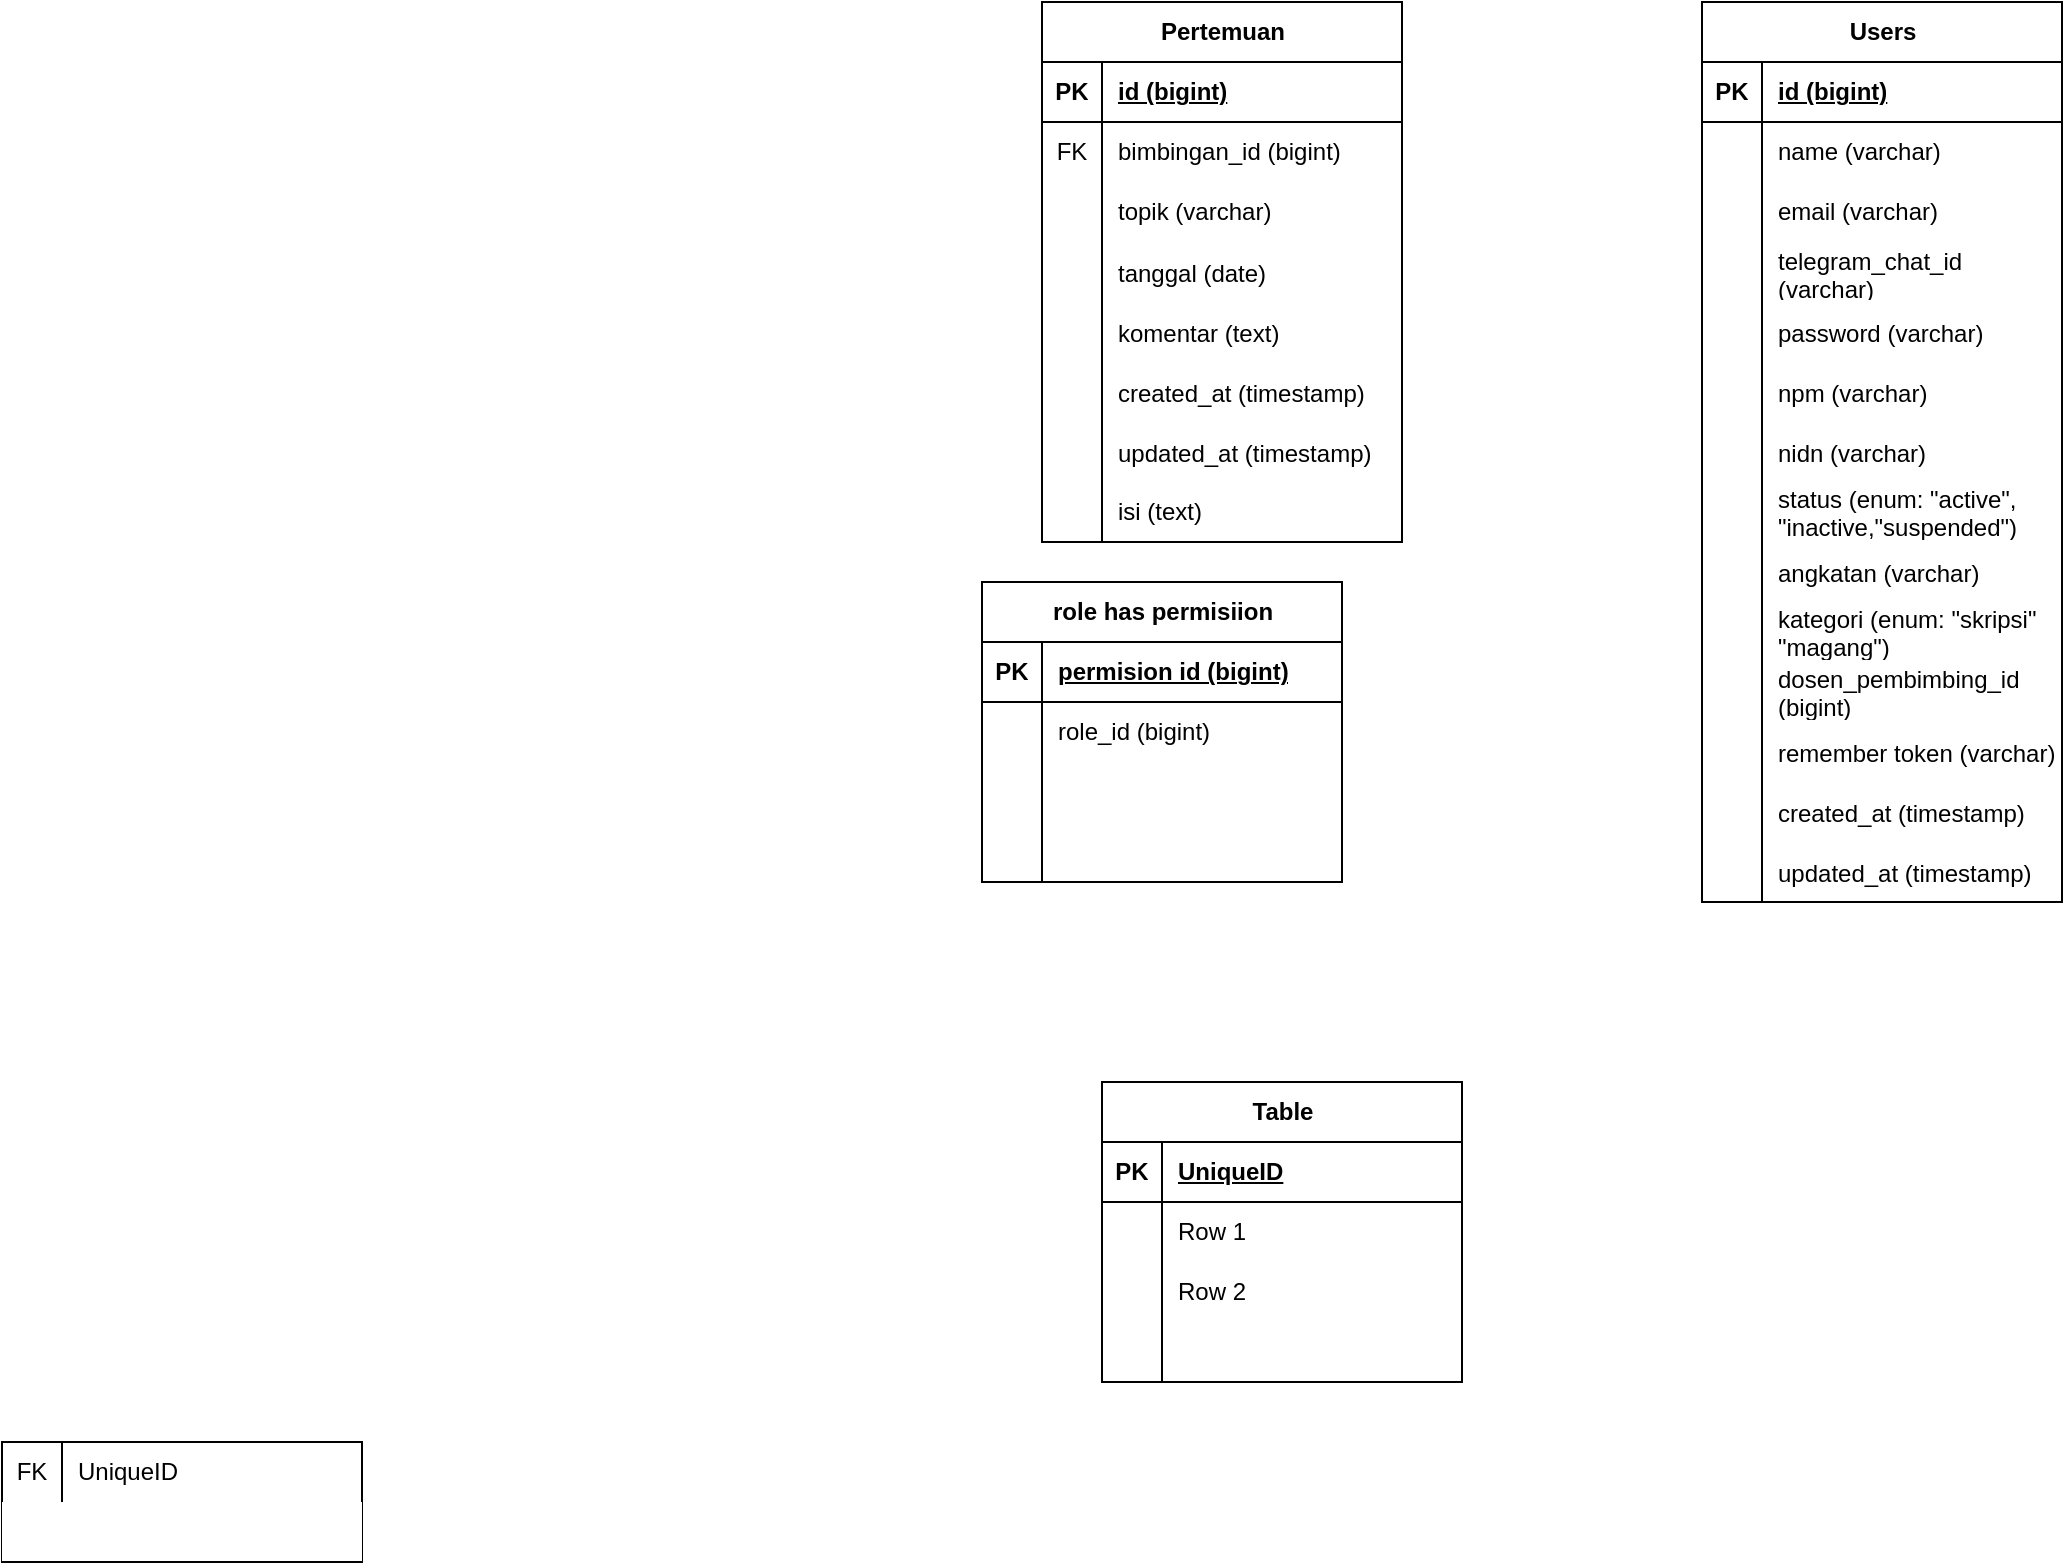
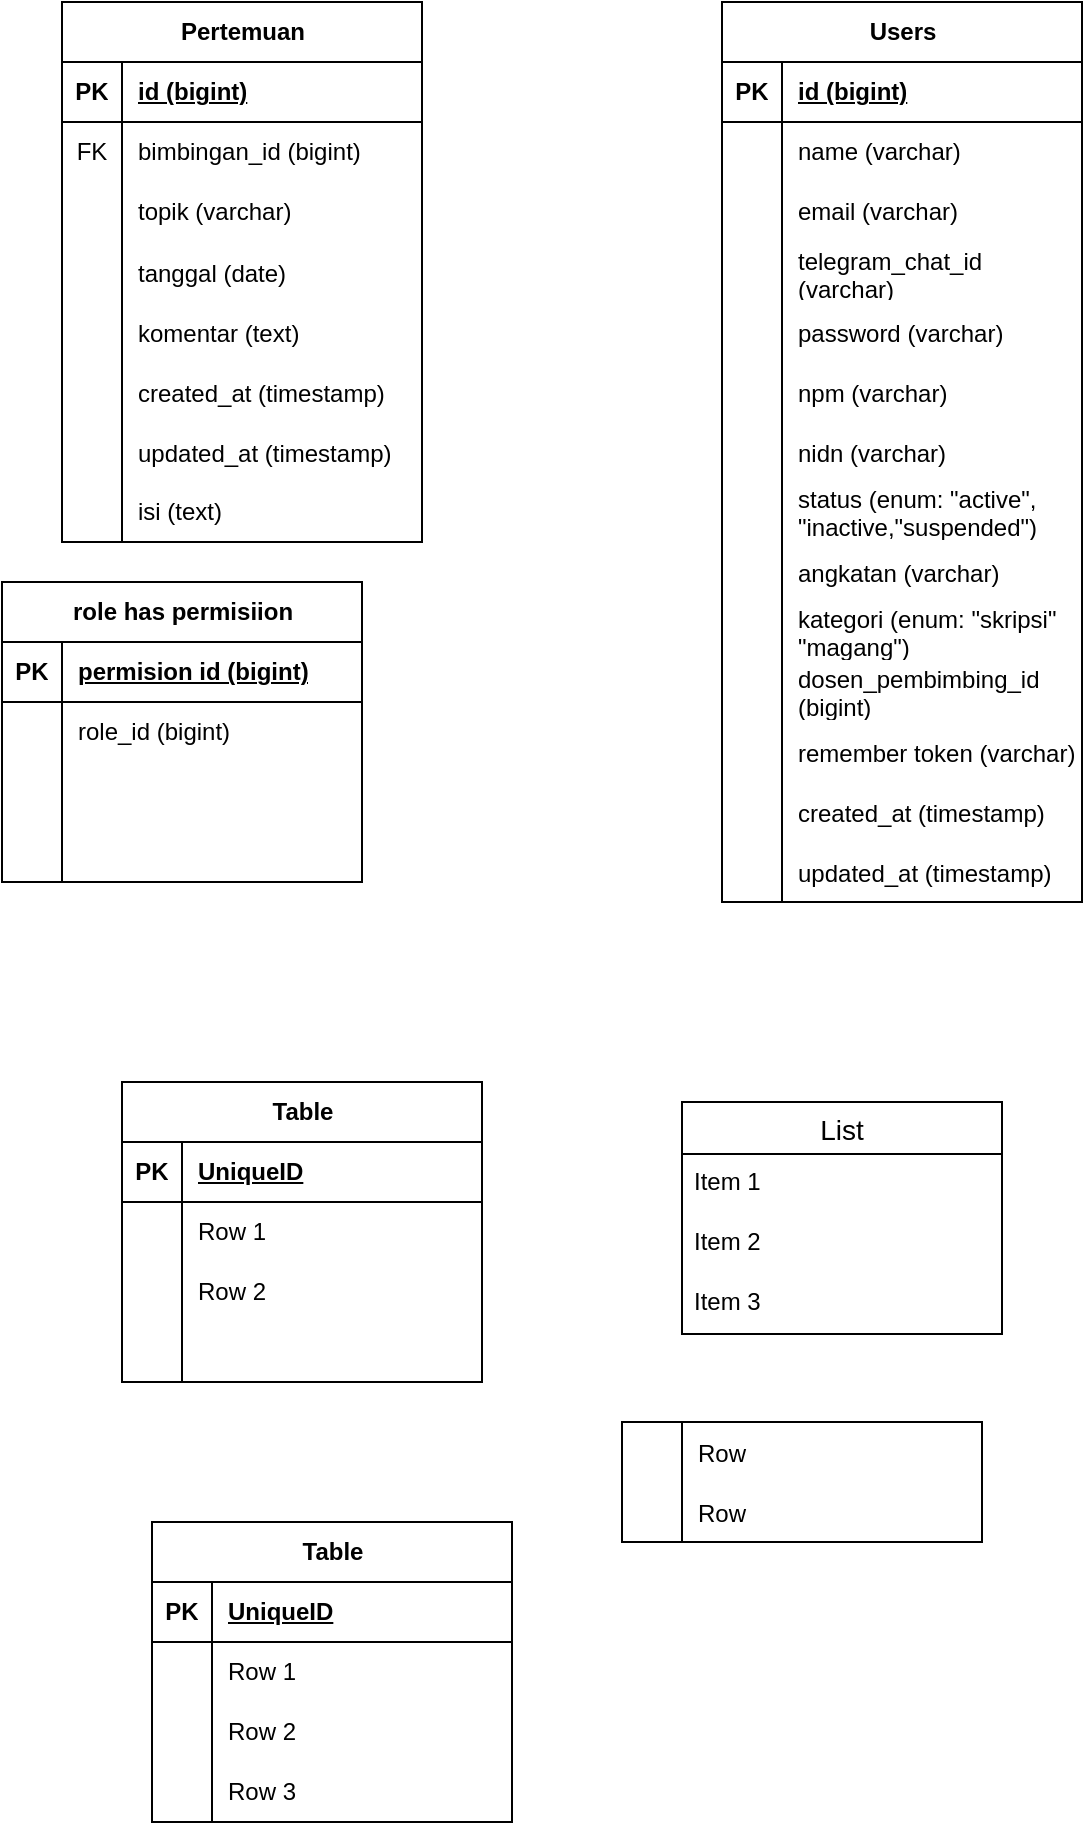
<mxfile host="app.diagrams.net" agent="5.0 (Windows NT 10.0; Win64; x64) AppleWebKit/537.36 (KHTML, like Gecko) Chrome/90.0.4430.212 Safari/537.36">
  <diagram name="Page-1" id="efa7a0a1-bf9b-a30e-e6df-94a7791c09e9">
-     <mxGraphModel dx="2150" dy="1030" grid="1" gridSize="10" guides="1" tooltips="1" connect="1" arrows="1" fold="1" page="1" pageScale="1" pageWidth="826" pageHeight="1169" background="none" math="0" shadow="0">
+     <mxGraphModel dx="-335" dy="235" grid="1" gridSize="10" guides="1" tooltips="1" connect="1" arrows="1" fold="1" page="1" pageScale="1" pageWidth="826" pageHeight="1169" background="none" math="0" shadow="0">
      <root>
        <mxCell id="0" />
        <mxCell id="1" parent="0" />
        <mxCell id="91b5o-WArCg-NLdb8GTM-14" parent="1" style="shape=table;startSize=30;container=1;collapsible=1;childLayout=tableLayout;fixedRows=1;rowLines=0;fontStyle=1;align=center;resizeLast=1;html=1;" value="Users" vertex="1">
          <mxGeometry height="450" width="180" x="1380" y="110" as="geometry" />
        </mxCell>
        <mxCell id="91b5o-WArCg-NLdb8GTM-15" parent="91b5o-WArCg-NLdb8GTM-14" style="shape=tableRow;horizontal=0;startSize=0;swimlaneHead=0;swimlaneBody=0;fillColor=none;collapsible=0;dropTarget=0;points=[[0,0.5],[1,0.5]];portConstraint=eastwest;top=0;left=0;right=0;bottom=1;" value="" vertex="1">
          <mxGeometry height="30" width="180" y="30" as="geometry" />
        </mxCell>
        <mxCell id="91b5o-WArCg-NLdb8GTM-16" parent="91b5o-WArCg-NLdb8GTM-15" style="shape=partialRectangle;connectable=0;fillColor=none;top=0;left=0;bottom=0;right=0;fontStyle=1;overflow=hidden;whiteSpace=wrap;html=1;" value="PK" vertex="1">
          <mxGeometry height="30" width="30" as="geometry">
            <mxRectangle height="30" width="30" as="alternateBounds" />
          </mxGeometry>
        </mxCell>
        <mxCell id="91b5o-WArCg-NLdb8GTM-17" parent="91b5o-WArCg-NLdb8GTM-15" style="shape=partialRectangle;connectable=0;fillColor=none;top=0;left=0;bottom=0;right=0;align=left;spacingLeft=6;fontStyle=5;overflow=hidden;whiteSpace=wrap;html=1;" value="id (bigint)" vertex="1">
          <mxGeometry height="30" width="150" x="30" as="geometry">
            <mxRectangle height="30" width="150" as="alternateBounds" />
          </mxGeometry>
        </mxCell>
        <mxCell id="91b5o-WArCg-NLdb8GTM-18" parent="91b5o-WArCg-NLdb8GTM-14" style="shape=tableRow;horizontal=0;startSize=0;swimlaneHead=0;swimlaneBody=0;fillColor=none;collapsible=0;dropTarget=0;points=[[0,0.5],[1,0.5]];portConstraint=eastwest;top=0;left=0;right=0;bottom=0;" value="" vertex="1">
          <mxGeometry height="30" width="180" y="60" as="geometry" />
        </mxCell>
        <mxCell id="91b5o-WArCg-NLdb8GTM-19" parent="91b5o-WArCg-NLdb8GTM-18" style="shape=partialRectangle;connectable=0;fillColor=none;top=0;left=0;bottom=0;right=0;editable=1;overflow=hidden;whiteSpace=wrap;html=1;" value="" vertex="1">
          <mxGeometry height="30" width="30" as="geometry">
            <mxRectangle height="30" width="30" as="alternateBounds" />
          </mxGeometry>
        </mxCell>
        <mxCell id="91b5o-WArCg-NLdb8GTM-20" parent="91b5o-WArCg-NLdb8GTM-18" style="shape=partialRectangle;connectable=0;fillColor=none;top=0;left=0;bottom=0;right=0;align=left;spacingLeft=6;overflow=hidden;whiteSpace=wrap;html=1;" value="name (varchar)" vertex="1">
          <mxGeometry height="30" width="150" x="30" as="geometry">
            <mxRectangle height="30" width="150" as="alternateBounds" />
          </mxGeometry>
        </mxCell>
        <mxCell id="91b5o-WArCg-NLdb8GTM-21" parent="91b5o-WArCg-NLdb8GTM-14" style="shape=tableRow;horizontal=0;startSize=0;swimlaneHead=0;swimlaneBody=0;fillColor=none;collapsible=0;dropTarget=0;points=[[0,0.5],[1,0.5]];portConstraint=eastwest;top=0;left=0;right=0;bottom=0;" value="" vertex="1">
          <mxGeometry height="30" width="180" y="90" as="geometry" />
        </mxCell>
        <mxCell id="91b5o-WArCg-NLdb8GTM-22" parent="91b5o-WArCg-NLdb8GTM-21" style="shape=partialRectangle;connectable=0;fillColor=none;top=0;left=0;bottom=0;right=0;editable=1;overflow=hidden;whiteSpace=wrap;html=1;" value="" vertex="1">
          <mxGeometry height="30" width="30" as="geometry">
            <mxRectangle height="30" width="30" as="alternateBounds" />
          </mxGeometry>
        </mxCell>
        <mxCell id="91b5o-WArCg-NLdb8GTM-23" parent="91b5o-WArCg-NLdb8GTM-21" style="shape=partialRectangle;connectable=0;fillColor=none;top=0;left=0;bottom=0;right=0;align=left;spacingLeft=6;overflow=hidden;whiteSpace=wrap;html=1;" value="email (varchar)" vertex="1">
          <mxGeometry height="30" width="150" x="30" as="geometry">
            <mxRectangle height="30" width="150" as="alternateBounds" />
          </mxGeometry>
        </mxCell>
        <mxCell id="91b5o-WArCg-NLdb8GTM-24" parent="91b5o-WArCg-NLdb8GTM-14" style="shape=tableRow;horizontal=0;startSize=0;swimlaneHead=0;swimlaneBody=0;fillColor=none;collapsible=0;dropTarget=0;points=[[0,0.5],[1,0.5]];portConstraint=eastwest;top=0;left=0;right=0;bottom=0;" value="" vertex="1">
          <mxGeometry height="30" width="180" y="120" as="geometry" />
        </mxCell>
        <mxCell id="91b5o-WArCg-NLdb8GTM-25" parent="91b5o-WArCg-NLdb8GTM-24" style="shape=partialRectangle;connectable=0;fillColor=none;top=0;left=0;bottom=0;right=0;editable=1;overflow=hidden;whiteSpace=wrap;html=1;" value="" vertex="1">
          <mxGeometry height="30" width="30" as="geometry">
            <mxRectangle height="30" width="30" as="alternateBounds" />
          </mxGeometry>
        </mxCell>
        <mxCell id="91b5o-WArCg-NLdb8GTM-26" parent="91b5o-WArCg-NLdb8GTM-24" style="shape=partialRectangle;connectable=0;fillColor=none;top=0;left=0;bottom=0;right=0;align=left;spacingLeft=6;overflow=hidden;whiteSpace=wrap;html=1;" value="telegram_chat_id (varchar)" vertex="1">
          <mxGeometry height="30" width="150" x="30" as="geometry">
            <mxRectangle height="30" width="150" as="alternateBounds" />
          </mxGeometry>
        </mxCell>
        <mxCell id="91b5o-WArCg-NLdb8GTM-48" parent="91b5o-WArCg-NLdb8GTM-14" style="shape=tableRow;horizontal=0;startSize=0;swimlaneHead=0;swimlaneBody=0;fillColor=none;collapsible=0;dropTarget=0;points=[[0,0.5],[1,0.5]];portConstraint=eastwest;top=0;left=0;right=0;bottom=0;" value="" vertex="1">
          <mxGeometry height="30" width="180" y="150" as="geometry" />
        </mxCell>
        <mxCell id="91b5o-WArCg-NLdb8GTM-49" parent="91b5o-WArCg-NLdb8GTM-48" style="shape=partialRectangle;connectable=0;fillColor=none;top=0;left=0;bottom=0;right=0;editable=1;overflow=hidden;" value="" vertex="1">
          <mxGeometry height="30" width="30" as="geometry">
            <mxRectangle height="30" width="30" as="alternateBounds" />
          </mxGeometry>
        </mxCell>
        <mxCell id="91b5o-WArCg-NLdb8GTM-50" parent="91b5o-WArCg-NLdb8GTM-48" style="shape=partialRectangle;connectable=0;fillColor=none;top=0;left=0;bottom=0;right=0;align=left;spacingLeft=6;overflow=hidden;" value="password (varchar)" vertex="1">
          <mxGeometry height="30" width="150" x="30" as="geometry">
            <mxRectangle height="30" width="150" as="alternateBounds" />
          </mxGeometry>
        </mxCell>
        <mxCell id="91b5o-WArCg-NLdb8GTM-51" parent="91b5o-WArCg-NLdb8GTM-14" style="shape=tableRow;horizontal=0;startSize=0;swimlaneHead=0;swimlaneBody=0;fillColor=none;collapsible=0;dropTarget=0;points=[[0,0.5],[1,0.5]];portConstraint=eastwest;top=0;left=0;right=0;bottom=0;" value="" vertex="1">
          <mxGeometry height="30" width="180" y="180" as="geometry" />
        </mxCell>
        <mxCell id="91b5o-WArCg-NLdb8GTM-52" parent="91b5o-WArCg-NLdb8GTM-51" style="shape=partialRectangle;connectable=0;fillColor=none;top=0;left=0;bottom=0;right=0;editable=1;overflow=hidden;" value="" vertex="1">
          <mxGeometry height="30" width="30" as="geometry">
            <mxRectangle height="30" width="30" as="alternateBounds" />
          </mxGeometry>
        </mxCell>
        <mxCell id="91b5o-WArCg-NLdb8GTM-53" parent="91b5o-WArCg-NLdb8GTM-51" style="shape=partialRectangle;connectable=0;fillColor=none;top=0;left=0;bottom=0;right=0;align=left;spacingLeft=6;overflow=hidden;" value="npm (varchar)" vertex="1">
          <mxGeometry height="30" width="150" x="30" as="geometry">
            <mxRectangle height="30" width="150" as="alternateBounds" />
          </mxGeometry>
        </mxCell>
        <mxCell id="91b5o-WArCg-NLdb8GTM-54" parent="91b5o-WArCg-NLdb8GTM-14" style="shape=tableRow;horizontal=0;startSize=0;swimlaneHead=0;swimlaneBody=0;fillColor=none;collapsible=0;dropTarget=0;points=[[0,0.5],[1,0.5]];portConstraint=eastwest;top=0;left=0;right=0;bottom=0;" value="" vertex="1">
          <mxGeometry height="30" width="180" y="210" as="geometry" />
        </mxCell>
        <mxCell id="91b5o-WArCg-NLdb8GTM-55" parent="91b5o-WArCg-NLdb8GTM-54" style="shape=partialRectangle;connectable=0;fillColor=none;top=0;left=0;bottom=0;right=0;editable=1;overflow=hidden;" value="" vertex="1">
          <mxGeometry height="30" width="30" as="geometry">
            <mxRectangle height="30" width="30" as="alternateBounds" />
          </mxGeometry>
        </mxCell>
        <mxCell id="91b5o-WArCg-NLdb8GTM-56" parent="91b5o-WArCg-NLdb8GTM-54" style="shape=partialRectangle;connectable=0;fillColor=none;top=0;left=0;bottom=0;right=0;align=left;spacingLeft=6;overflow=hidden;" value="nidn (varchar)" vertex="1">
          <mxGeometry height="30" width="150" x="30" as="geometry">
            <mxRectangle height="30" width="150" as="alternateBounds" />
          </mxGeometry>
        </mxCell>
        <mxCell id="91b5o-WArCg-NLdb8GTM-45" parent="91b5o-WArCg-NLdb8GTM-14" style="shape=tableRow;horizontal=0;startSize=0;swimlaneHead=0;swimlaneBody=0;fillColor=none;collapsible=0;dropTarget=0;points=[[0,0.5],[1,0.5]];portConstraint=eastwest;top=0;left=0;right=0;bottom=0;" value="" vertex="1">
          <mxGeometry height="30" width="180" y="240" as="geometry" />
        </mxCell>
        <mxCell id="91b5o-WArCg-NLdb8GTM-46" parent="91b5o-WArCg-NLdb8GTM-45" style="shape=partialRectangle;connectable=0;fillColor=none;top=0;left=0;bottom=0;right=0;editable=1;overflow=hidden;" value="" vertex="1">
          <mxGeometry height="30" width="30" as="geometry">
            <mxRectangle height="30" width="30" as="alternateBounds" />
          </mxGeometry>
        </mxCell>
        <mxCell id="91b5o-WArCg-NLdb8GTM-47" parent="91b5o-WArCg-NLdb8GTM-45" style="shape=partialRectangle;connectable=0;fillColor=none;top=0;left=0;bottom=0;right=0;align=left;spacingLeft=6;overflow=hidden;" value="status (enum: &quot;active&quot;,&#xa;&quot;inactive,&quot;suspended&quot;)" vertex="1">
          <mxGeometry height="30" width="150" x="30" as="geometry">
            <mxRectangle height="30" width="150" as="alternateBounds" />
          </mxGeometry>
        </mxCell>
        <mxCell id="91b5o-WArCg-NLdb8GTM-42" parent="91b5o-WArCg-NLdb8GTM-14" style="shape=tableRow;horizontal=0;startSize=0;swimlaneHead=0;swimlaneBody=0;fillColor=none;collapsible=0;dropTarget=0;points=[[0,0.5],[1,0.5]];portConstraint=eastwest;top=0;left=0;right=0;bottom=0;" value="" vertex="1">
          <mxGeometry height="30" width="180" y="270" as="geometry" />
        </mxCell>
        <mxCell id="91b5o-WArCg-NLdb8GTM-43" parent="91b5o-WArCg-NLdb8GTM-42" style="shape=partialRectangle;connectable=0;fillColor=none;top=0;left=0;bottom=0;right=0;editable=1;overflow=hidden;" value="" vertex="1">
          <mxGeometry height="30" width="30" as="geometry">
            <mxRectangle height="30" width="30" as="alternateBounds" />
          </mxGeometry>
        </mxCell>
        <mxCell id="91b5o-WArCg-NLdb8GTM-44" parent="91b5o-WArCg-NLdb8GTM-42" style="shape=partialRectangle;connectable=0;fillColor=none;top=0;left=0;bottom=0;right=0;align=left;spacingLeft=6;overflow=hidden;" value="angkatan (varchar)" vertex="1">
          <mxGeometry height="30" width="150" x="30" as="geometry">
            <mxRectangle height="30" width="150" as="alternateBounds" />
          </mxGeometry>
        </mxCell>
        <mxCell id="91b5o-WArCg-NLdb8GTM-60" parent="91b5o-WArCg-NLdb8GTM-14" style="shape=tableRow;horizontal=0;startSize=0;swimlaneHead=0;swimlaneBody=0;fillColor=none;collapsible=0;dropTarget=0;points=[[0,0.5],[1,0.5]];portConstraint=eastwest;top=0;left=0;right=0;bottom=0;" value="" vertex="1">
          <mxGeometry height="30" width="180" y="300" as="geometry" />
        </mxCell>
        <mxCell id="91b5o-WArCg-NLdb8GTM-61" parent="91b5o-WArCg-NLdb8GTM-60" style="shape=partialRectangle;connectable=0;fillColor=none;top=0;left=0;bottom=0;right=0;editable=1;overflow=hidden;" value="" vertex="1">
          <mxGeometry height="30" width="30" as="geometry">
            <mxRectangle height="30" width="30" as="alternateBounds" />
          </mxGeometry>
        </mxCell>
        <mxCell id="91b5o-WArCg-NLdb8GTM-62" parent="91b5o-WArCg-NLdb8GTM-60" style="shape=partialRectangle;connectable=0;fillColor=none;top=0;left=0;bottom=0;right=0;align=left;spacingLeft=6;overflow=hidden;" value="kategori (enum: &quot;skripsi&quot;&#xa;&quot;magang&quot;)" vertex="1">
          <mxGeometry height="30" width="150" x="30" as="geometry">
            <mxRectangle height="30" width="150" as="alternateBounds" />
          </mxGeometry>
        </mxCell>
        <mxCell id="91b5o-WArCg-NLdb8GTM-63" parent="91b5o-WArCg-NLdb8GTM-14" style="shape=tableRow;horizontal=0;startSize=0;swimlaneHead=0;swimlaneBody=0;fillColor=none;collapsible=0;dropTarget=0;points=[[0,0.5],[1,0.5]];portConstraint=eastwest;top=0;left=0;right=0;bottom=0;" value="" vertex="1">
          <mxGeometry height="30" width="180" y="330" as="geometry" />
        </mxCell>
        <mxCell id="91b5o-WArCg-NLdb8GTM-64" parent="91b5o-WArCg-NLdb8GTM-63" style="shape=partialRectangle;connectable=0;fillColor=none;top=0;left=0;bottom=0;right=0;editable=1;overflow=hidden;" value="" vertex="1">
          <mxGeometry height="30" width="30" as="geometry">
            <mxRectangle height="30" width="30" as="alternateBounds" />
          </mxGeometry>
        </mxCell>
        <mxCell id="91b5o-WArCg-NLdb8GTM-65" parent="91b5o-WArCg-NLdb8GTM-63" style="shape=partialRectangle;connectable=0;fillColor=none;top=0;left=0;bottom=0;right=0;align=left;spacingLeft=6;overflow=hidden;" value="dosen_pembimbing_id &#xa;(bigint)" vertex="1">
          <mxGeometry height="30" width="150" x="30" as="geometry">
            <mxRectangle height="30" width="150" as="alternateBounds" />
          </mxGeometry>
        </mxCell>
        <mxCell id="91b5o-WArCg-NLdb8GTM-57" parent="91b5o-WArCg-NLdb8GTM-14" style="shape=tableRow;horizontal=0;startSize=0;swimlaneHead=0;swimlaneBody=0;fillColor=none;collapsible=0;dropTarget=0;points=[[0,0.5],[1,0.5]];portConstraint=eastwest;top=0;left=0;right=0;bottom=0;" value="" vertex="1">
          <mxGeometry height="30" width="180" y="360" as="geometry" />
        </mxCell>
        <mxCell id="91b5o-WArCg-NLdb8GTM-58" parent="91b5o-WArCg-NLdb8GTM-57" style="shape=partialRectangle;connectable=0;fillColor=none;top=0;left=0;bottom=0;right=0;editable=1;overflow=hidden;" value="" vertex="1">
          <mxGeometry height="30" width="30" as="geometry">
            <mxRectangle height="30" width="30" as="alternateBounds" />
          </mxGeometry>
        </mxCell>
        <mxCell id="91b5o-WArCg-NLdb8GTM-59" parent="91b5o-WArCg-NLdb8GTM-57" style="shape=partialRectangle;connectable=0;fillColor=none;top=0;left=0;bottom=0;right=0;align=left;spacingLeft=6;overflow=hidden;" value="remember token (varchar)" vertex="1">
          <mxGeometry height="30" width="150" x="30" as="geometry">
            <mxRectangle height="30" width="150" as="alternateBounds" />
          </mxGeometry>
        </mxCell>
        <mxCell id="91b5o-WArCg-NLdb8GTM-39" parent="91b5o-WArCg-NLdb8GTM-14" style="shape=tableRow;horizontal=0;startSize=0;swimlaneHead=0;swimlaneBody=0;fillColor=none;collapsible=0;dropTarget=0;points=[[0,0.5],[1,0.5]];portConstraint=eastwest;top=0;left=0;right=0;bottom=0;" value="" vertex="1">
          <mxGeometry height="30" width="180" y="390" as="geometry" />
        </mxCell>
        <mxCell id="91b5o-WArCg-NLdb8GTM-40" parent="91b5o-WArCg-NLdb8GTM-39" style="shape=partialRectangle;connectable=0;fillColor=none;top=0;left=0;bottom=0;right=0;editable=1;overflow=hidden;" value="" vertex="1">
          <mxGeometry height="30" width="30" as="geometry">
            <mxRectangle height="30" width="30" as="alternateBounds" />
          </mxGeometry>
        </mxCell>
        <mxCell id="91b5o-WArCg-NLdb8GTM-41" parent="91b5o-WArCg-NLdb8GTM-39" style="shape=partialRectangle;connectable=0;fillColor=none;top=0;left=0;bottom=0;right=0;align=left;spacingLeft=6;overflow=hidden;" value="created_at (timestamp)" vertex="1">
          <mxGeometry height="30" width="150" x="30" as="geometry">
            <mxRectangle height="30" width="150" as="alternateBounds" />
          </mxGeometry>
        </mxCell>
        <mxCell id="91b5o-WArCg-NLdb8GTM-66" parent="91b5o-WArCg-NLdb8GTM-14" style="shape=tableRow;horizontal=0;startSize=0;swimlaneHead=0;swimlaneBody=0;fillColor=none;collapsible=0;dropTarget=0;points=[[0,0.5],[1,0.5]];portConstraint=eastwest;top=0;left=0;right=0;bottom=0;" value="" vertex="1">
          <mxGeometry height="30" width="180" y="420" as="geometry" />
        </mxCell>
        <mxCell id="91b5o-WArCg-NLdb8GTM-67" parent="91b5o-WArCg-NLdb8GTM-66" style="shape=partialRectangle;connectable=0;fillColor=none;top=0;left=0;bottom=0;right=0;editable=1;overflow=hidden;" value="" vertex="1">
          <mxGeometry height="30" width="30" as="geometry">
            <mxRectangle height="30" width="30" as="alternateBounds" />
          </mxGeometry>
        </mxCell>
        <mxCell id="91b5o-WArCg-NLdb8GTM-68" parent="91b5o-WArCg-NLdb8GTM-66" style="shape=partialRectangle;connectable=0;fillColor=none;top=0;left=0;bottom=0;right=0;align=left;spacingLeft=6;overflow=hidden;" value="updated_at (timestamp)" vertex="1">
          <mxGeometry height="30" width="150" x="30" as="geometry">
            <mxRectangle height="30" width="150" as="alternateBounds" />
          </mxGeometry>
        </mxCell>
        <mxCell id="91b5o-WArCg-NLdb8GTM-1" parent="1" style="shape=table;startSize=30;container=1;collapsible=1;childLayout=tableLayout;fixedRows=1;rowLines=0;fontStyle=1;align=center;resizeLast=1;html=1;" value="Pertemuan" vertex="1">
          <mxGeometry height="270" width="180" x="1050" y="110" as="geometry" />
        </mxCell>
        <mxCell id="91b5o-WArCg-NLdb8GTM-2" parent="91b5o-WArCg-NLdb8GTM-1" style="shape=tableRow;horizontal=0;startSize=0;swimlaneHead=0;swimlaneBody=0;fillColor=none;collapsible=0;dropTarget=0;points=[[0,0.5],[1,0.5]];portConstraint=eastwest;top=0;left=0;right=0;bottom=1;" value="" vertex="1">
          <mxGeometry height="30" width="180" y="30" as="geometry" />
        </mxCell>
        <mxCell id="91b5o-WArCg-NLdb8GTM-3" parent="91b5o-WArCg-NLdb8GTM-2" style="shape=partialRectangle;connectable=0;fillColor=none;top=0;left=0;bottom=0;right=0;fontStyle=1;overflow=hidden;whiteSpace=wrap;html=1;" value="PK" vertex="1">
          <mxGeometry height="30" width="30" as="geometry">
            <mxRectangle height="30" width="30" as="alternateBounds" />
          </mxGeometry>
        </mxCell>
        <mxCell id="91b5o-WArCg-NLdb8GTM-4" parent="91b5o-WArCg-NLdb8GTM-2" style="shape=partialRectangle;connectable=0;fillColor=none;top=0;left=0;bottom=0;right=0;align=left;spacingLeft=6;fontStyle=5;overflow=hidden;whiteSpace=wrap;html=1;" value="id (bigint)" vertex="1">
          <mxGeometry height="30" width="150" x="30" as="geometry">
            <mxRectangle height="30" width="150" as="alternateBounds" />
          </mxGeometry>
        </mxCell>
        <mxCell id="91b5o-WArCg-NLdb8GTM-5" parent="91b5o-WArCg-NLdb8GTM-1" style="shape=tableRow;horizontal=0;startSize=0;swimlaneHead=0;swimlaneBody=0;fillColor=none;collapsible=0;dropTarget=0;points=[[0,0.5],[1,0.5]];portConstraint=eastwest;top=0;left=0;right=0;bottom=0;" value="" vertex="1">
          <mxGeometry height="30" width="180" y="60" as="geometry" />
        </mxCell>
        <mxCell id="91b5o-WArCg-NLdb8GTM-6" parent="91b5o-WArCg-NLdb8GTM-5" style="shape=partialRectangle;connectable=0;fillColor=none;top=0;left=0;bottom=0;right=0;editable=1;overflow=hidden;whiteSpace=wrap;html=1;" value="FK" vertex="1">
          <mxGeometry height="30" width="30" as="geometry">
            <mxRectangle height="30" width="30" as="alternateBounds" />
          </mxGeometry>
        </mxCell>
        <mxCell id="91b5o-WArCg-NLdb8GTM-7" parent="91b5o-WArCg-NLdb8GTM-5" style="shape=partialRectangle;connectable=0;fillColor=none;top=0;left=0;bottom=0;right=0;align=left;spacingLeft=6;overflow=hidden;whiteSpace=wrap;html=1;" value="bimbingan_id (bigint)" vertex="1">
          <mxGeometry height="30" width="150" x="30" as="geometry">
            <mxRectangle height="30" width="150" as="alternateBounds" />
          </mxGeometry>
        </mxCell>
        <mxCell id="91b5o-WArCg-NLdb8GTM-8" parent="91b5o-WArCg-NLdb8GTM-1" style="shape=tableRow;horizontal=0;startSize=0;swimlaneHead=0;swimlaneBody=0;fillColor=none;collapsible=0;dropTarget=0;points=[[0,0.5],[1,0.5]];portConstraint=eastwest;top=0;left=0;right=0;bottom=0;" value="" vertex="1">
          <mxGeometry height="30" width="180" y="90" as="geometry" />
        </mxCell>
        <mxCell id="91b5o-WArCg-NLdb8GTM-9" parent="91b5o-WArCg-NLdb8GTM-8" style="shape=partialRectangle;connectable=0;fillColor=none;top=0;left=0;bottom=0;right=0;editable=1;overflow=hidden;whiteSpace=wrap;html=1;" value="" vertex="1">
          <mxGeometry height="30" width="30" as="geometry">
            <mxRectangle height="30" width="30" as="alternateBounds" />
          </mxGeometry>
        </mxCell>
        <mxCell id="91b5o-WArCg-NLdb8GTM-10" parent="91b5o-WArCg-NLdb8GTM-8" style="shape=partialRectangle;connectable=0;fillColor=none;top=0;left=0;bottom=0;right=0;align=left;spacingLeft=6;overflow=hidden;whiteSpace=wrap;html=1;" value="topik (varchar)" vertex="1">
          <mxGeometry height="30" width="150" x="30" as="geometry">
            <mxRectangle height="30" width="150" as="alternateBounds" />
          </mxGeometry>
        </mxCell>
        <mxCell id="91b5o-WArCg-NLdb8GTM-30" parent="91b5o-WArCg-NLdb8GTM-1" style="shape=tableRow;horizontal=0;startSize=0;swimlaneHead=0;swimlaneBody=0;fillColor=none;collapsible=0;dropTarget=0;points=[[0,0.5],[1,0.5]];portConstraint=eastwest;top=0;left=0;right=0;bottom=0;" value="" vertex="1">
          <mxGeometry height="30" width="180" y="120" as="geometry" />
        </mxCell>
        <mxCell id="91b5o-WArCg-NLdb8GTM-31" parent="91b5o-WArCg-NLdb8GTM-30" style="shape=partialRectangle;connectable=0;fillColor=none;top=0;left=0;bottom=0;right=0;editable=1;overflow=hidden;" value="" vertex="1">
          <mxGeometry height="30" width="30" as="geometry">
            <mxRectangle height="30" width="30" as="alternateBounds" />
          </mxGeometry>
        </mxCell>
        <mxCell id="91b5o-WArCg-NLdb8GTM-32" parent="91b5o-WArCg-NLdb8GTM-30" style="shape=partialRectangle;connectable=0;fillColor=none;top=0;left=0;bottom=0;right=0;align=left;spacingLeft=6;overflow=hidden;" value="tanggal (date)" vertex="1">
          <mxGeometry height="30" width="150" x="30" as="geometry">
            <mxRectangle height="30" width="150" as="alternateBounds" />
          </mxGeometry>
        </mxCell>
        <mxCell id="91b5o-WArCg-NLdb8GTM-33" parent="91b5o-WArCg-NLdb8GTM-1" style="shape=tableRow;horizontal=0;startSize=0;swimlaneHead=0;swimlaneBody=0;fillColor=none;collapsible=0;dropTarget=0;points=[[0,0.5],[1,0.5]];portConstraint=eastwest;top=0;left=0;right=0;bottom=0;" value="" vertex="1">
          <mxGeometry height="30" width="180" y="150" as="geometry" />
        </mxCell>
        <mxCell id="91b5o-WArCg-NLdb8GTM-34" parent="91b5o-WArCg-NLdb8GTM-33" style="shape=partialRectangle;connectable=0;fillColor=none;top=0;left=0;bottom=0;right=0;editable=1;overflow=hidden;" value="" vertex="1">
          <mxGeometry height="30" width="30" as="geometry">
            <mxRectangle height="30" width="30" as="alternateBounds" />
          </mxGeometry>
        </mxCell>
        <mxCell id="91b5o-WArCg-NLdb8GTM-35" parent="91b5o-WArCg-NLdb8GTM-33" style="shape=partialRectangle;connectable=0;fillColor=none;top=0;left=0;bottom=0;right=0;align=left;spacingLeft=6;overflow=hidden;" value="komentar (text)" vertex="1">
          <mxGeometry height="30" width="150" x="30" as="geometry">
            <mxRectangle height="30" width="150" as="alternateBounds" />
          </mxGeometry>
        </mxCell>
        <mxCell id="91b5o-WArCg-NLdb8GTM-36" parent="91b5o-WArCg-NLdb8GTM-1" style="shape=tableRow;horizontal=0;startSize=0;swimlaneHead=0;swimlaneBody=0;fillColor=none;collapsible=0;dropTarget=0;points=[[0,0.5],[1,0.5]];portConstraint=eastwest;top=0;left=0;right=0;bottom=0;" value="" vertex="1">
          <mxGeometry height="30" width="180" y="180" as="geometry" />
        </mxCell>
        <mxCell id="91b5o-WArCg-NLdb8GTM-37" parent="91b5o-WArCg-NLdb8GTM-36" style="shape=partialRectangle;connectable=0;fillColor=none;top=0;left=0;bottom=0;right=0;editable=1;overflow=hidden;" value="" vertex="1">
          <mxGeometry height="30" width="30" as="geometry">
            <mxRectangle height="30" width="30" as="alternateBounds" />
          </mxGeometry>
        </mxCell>
        <mxCell id="91b5o-WArCg-NLdb8GTM-38" parent="91b5o-WArCg-NLdb8GTM-36" style="shape=partialRectangle;connectable=0;fillColor=none;top=0;left=0;bottom=0;right=0;align=left;spacingLeft=6;overflow=hidden;" value="created_at (timestamp)" vertex="1">
          <mxGeometry height="30" width="150" x="30" as="geometry">
            <mxRectangle height="30" width="150" as="alternateBounds" />
          </mxGeometry>
        </mxCell>
        <mxCell id="91b5o-WArCg-NLdb8GTM-27" parent="91b5o-WArCg-NLdb8GTM-1" style="shape=tableRow;horizontal=0;startSize=0;swimlaneHead=0;swimlaneBody=0;fillColor=none;collapsible=0;dropTarget=0;points=[[0,0.5],[1,0.5]];portConstraint=eastwest;top=0;left=0;right=0;bottom=0;" value="" vertex="1">
          <mxGeometry height="30" width="180" y="210" as="geometry" />
        </mxCell>
        <mxCell id="91b5o-WArCg-NLdb8GTM-28" parent="91b5o-WArCg-NLdb8GTM-27" style="shape=partialRectangle;connectable=0;fillColor=none;top=0;left=0;bottom=0;right=0;editable=1;overflow=hidden;" value="" vertex="1">
          <mxGeometry height="30" width="30" as="geometry">
            <mxRectangle height="30" width="30" as="alternateBounds" />
          </mxGeometry>
        </mxCell>
        <mxCell id="91b5o-WArCg-NLdb8GTM-29" parent="91b5o-WArCg-NLdb8GTM-27" style="shape=partialRectangle;connectable=0;fillColor=none;top=0;left=0;bottom=0;right=0;align=left;spacingLeft=6;overflow=hidden;" value="updated_at (timestamp)" vertex="1">
          <mxGeometry height="30" width="150" x="30" as="geometry">
            <mxRectangle height="30" width="150" as="alternateBounds" />
          </mxGeometry>
        </mxCell>
        <mxCell id="91b5o-WArCg-NLdb8GTM-11" parent="91b5o-WArCg-NLdb8GTM-1" style="shape=tableRow;horizontal=0;startSize=0;swimlaneHead=0;swimlaneBody=0;fillColor=none;collapsible=0;dropTarget=0;points=[[0,0.5],[1,0.5]];portConstraint=eastwest;top=0;left=0;right=0;bottom=0;" value="" vertex="1">
          <mxGeometry height="30" width="180" y="240" as="geometry" />
        </mxCell>
        <mxCell id="91b5o-WArCg-NLdb8GTM-12" parent="91b5o-WArCg-NLdb8GTM-11" style="shape=partialRectangle;connectable=0;fillColor=none;top=0;left=0;bottom=0;right=0;editable=1;overflow=hidden;whiteSpace=wrap;html=1;" value="" vertex="1">
          <mxGeometry height="30" width="30" as="geometry">
            <mxRectangle height="30" width="30" as="alternateBounds" />
          </mxGeometry>
        </mxCell>
        <mxCell id="91b5o-WArCg-NLdb8GTM-13" parent="91b5o-WArCg-NLdb8GTM-11" style="shape=partialRectangle;connectable=0;fillColor=none;top=0;left=0;bottom=0;right=0;align=left;spacingLeft=6;overflow=hidden;whiteSpace=wrap;html=1;" value="isi (text)" vertex="1">
          <mxGeometry height="30" width="150" x="30" as="geometry">
            <mxRectangle height="30" width="150" as="alternateBounds" />
          </mxGeometry>
        </mxCell>
        <mxCell id="91b5o-WArCg-NLdb8GTM-82" parent="1" style="shape=table;startSize=30;container=1;collapsible=1;childLayout=tableLayout;fixedRows=1;rowLines=0;fontStyle=1;align=center;resizeLast=1;html=1;swimlaneFillColor=default;" value="role has permisiion" vertex="1">
          <mxGeometry height="150" width="180" x="1020" y="400" as="geometry">
            <mxRectangle height="30" width="140" x="1020" y="400" as="alternateBounds" />
          </mxGeometry>
        </mxCell>
        <mxCell id="91b5o-WArCg-NLdb8GTM-83" parent="91b5o-WArCg-NLdb8GTM-82" style="shape=tableRow;horizontal=0;startSize=0;swimlaneHead=0;swimlaneBody=0;fillColor=none;collapsible=0;dropTarget=0;points=[[0,0.5],[1,0.5]];portConstraint=eastwest;top=0;left=0;right=0;bottom=1;" value="" vertex="1">
          <mxGeometry height="30" width="180" y="30" as="geometry" />
        </mxCell>
        <mxCell id="91b5o-WArCg-NLdb8GTM-84" parent="91b5o-WArCg-NLdb8GTM-83" style="shape=partialRectangle;connectable=0;fillColor=none;top=0;left=0;bottom=0;right=0;fontStyle=1;overflow=hidden;whiteSpace=wrap;html=1;" value="PK" vertex="1">
          <mxGeometry height="30" width="30" as="geometry">
            <mxRectangle height="30" width="30" as="alternateBounds" />
          </mxGeometry>
        </mxCell>
        <mxCell id="91b5o-WArCg-NLdb8GTM-85" parent="91b5o-WArCg-NLdb8GTM-83" style="shape=partialRectangle;connectable=0;fillColor=none;top=0;left=0;bottom=0;right=0;align=left;spacingLeft=6;fontStyle=5;overflow=hidden;whiteSpace=wrap;html=1;" value="permision id (bigint)" vertex="1">
          <mxGeometry height="30" width="150" x="30" as="geometry">
            <mxRectangle height="30" width="150" as="alternateBounds" />
          </mxGeometry>
        </mxCell>
        <mxCell id="91b5o-WArCg-NLdb8GTM-86" parent="91b5o-WArCg-NLdb8GTM-82" style="shape=tableRow;horizontal=0;startSize=0;swimlaneHead=0;swimlaneBody=0;fillColor=none;collapsible=0;dropTarget=0;points=[[0,0.5],[1,0.5]];portConstraint=eastwest;top=0;left=0;right=0;bottom=0;" value="" vertex="1">
          <mxGeometry height="30" width="180" y="60" as="geometry" />
        </mxCell>
        <mxCell id="91b5o-WArCg-NLdb8GTM-87" parent="91b5o-WArCg-NLdb8GTM-86" style="shape=partialRectangle;connectable=0;fillColor=none;top=0;left=0;bottom=0;right=0;editable=1;overflow=hidden;whiteSpace=wrap;html=1;" value="" vertex="1">
          <mxGeometry height="30" width="30" as="geometry">
            <mxRectangle height="30" width="30" as="alternateBounds" />
          </mxGeometry>
        </mxCell>
        <mxCell id="91b5o-WArCg-NLdb8GTM-88" parent="91b5o-WArCg-NLdb8GTM-86" style="shape=partialRectangle;connectable=0;fillColor=none;top=0;left=0;bottom=0;right=0;align=left;spacingLeft=6;overflow=hidden;whiteSpace=wrap;html=1;" value="role_id (bigint)" vertex="1">
          <mxGeometry height="30" width="150" x="30" as="geometry">
            <mxRectangle height="30" width="150" as="alternateBounds" />
          </mxGeometry>
        </mxCell>
        <mxCell id="91b5o-WArCg-NLdb8GTM-89" parent="91b5o-WArCg-NLdb8GTM-82" style="shape=tableRow;horizontal=0;startSize=0;swimlaneHead=0;swimlaneBody=0;fillColor=none;collapsible=0;dropTarget=0;points=[[0,0.5],[1,0.5]];portConstraint=eastwest;top=0;left=0;right=0;bottom=0;" value="" vertex="1">
          <mxGeometry height="30" width="180" y="90" as="geometry" />
        </mxCell>
        <mxCell id="91b5o-WArCg-NLdb8GTM-90" parent="91b5o-WArCg-NLdb8GTM-89" style="shape=partialRectangle;connectable=0;fillColor=none;top=0;left=0;bottom=0;right=0;editable=1;overflow=hidden;whiteSpace=wrap;html=1;" value="" vertex="1">
          <mxGeometry height="30" width="30" as="geometry">
            <mxRectangle height="30" width="30" as="alternateBounds" />
          </mxGeometry>
        </mxCell>
        <mxCell id="91b5o-WArCg-NLdb8GTM-91" parent="91b5o-WArCg-NLdb8GTM-89" style="shape=partialRectangle;connectable=0;fillColor=none;top=0;left=0;bottom=0;right=0;align=left;spacingLeft=6;overflow=hidden;whiteSpace=wrap;html=1;" value="" vertex="1">
          <mxGeometry height="30" width="150" x="30" as="geometry">
            <mxRectangle height="30" width="150" as="alternateBounds" />
          </mxGeometry>
        </mxCell>
        <mxCell id="91b5o-WArCg-NLdb8GTM-92" parent="91b5o-WArCg-NLdb8GTM-82" style="shape=tableRow;horizontal=0;startSize=0;swimlaneHead=0;swimlaneBody=0;fillColor=none;collapsible=0;dropTarget=0;points=[[0,0.5],[1,0.5]];portConstraint=eastwest;top=0;left=0;right=0;bottom=0;" value="" vertex="1">
          <mxGeometry height="30" width="180" y="120" as="geometry" />
        </mxCell>
        <mxCell id="91b5o-WArCg-NLdb8GTM-93" parent="91b5o-WArCg-NLdb8GTM-92" style="shape=partialRectangle;connectable=0;fillColor=none;top=0;left=0;bottom=0;right=0;editable=1;overflow=hidden;whiteSpace=wrap;html=1;" value="" vertex="1">
          <mxGeometry height="30" width="30" as="geometry">
            <mxRectangle height="30" width="30" as="alternateBounds" />
          </mxGeometry>
        </mxCell>
        <mxCell id="91b5o-WArCg-NLdb8GTM-94" parent="91b5o-WArCg-NLdb8GTM-92" style="shape=partialRectangle;connectable=0;fillColor=none;top=0;left=0;bottom=0;right=0;align=left;spacingLeft=6;overflow=hidden;whiteSpace=wrap;html=1;" value="" vertex="1">
          <mxGeometry height="30" width="150" x="30" as="geometry">
            <mxRectangle height="30" width="150" as="alternateBounds" />
          </mxGeometry>
        </mxCell>
        <mxCell id="_aFEqdqrtZZ4XcOSwvDG-1" parent="1" style="shape=table;startSize=30;container=1;collapsible=1;childLayout=tableLayout;fixedRows=1;rowLines=0;fontStyle=1;align=center;resizeLast=1;html=1;" value="Table" vertex="1">
          <mxGeometry height="150" width="180" x="1080" y="650" as="geometry" />
        </mxCell>
        <mxCell id="_aFEqdqrtZZ4XcOSwvDG-2" parent="_aFEqdqrtZZ4XcOSwvDG-1" style="shape=tableRow;horizontal=0;startSize=0;swimlaneHead=0;swimlaneBody=0;fillColor=none;collapsible=0;dropTarget=0;points=[[0,0.5],[1,0.5]];portConstraint=eastwest;top=0;left=0;right=0;bottom=1;" value="" vertex="1">
          <mxGeometry height="30" width="180" y="30" as="geometry" />
        </mxCell>
        <mxCell id="_aFEqdqrtZZ4XcOSwvDG-3" parent="_aFEqdqrtZZ4XcOSwvDG-2" style="shape=partialRectangle;connectable=0;fillColor=none;top=0;left=0;bottom=0;right=0;fontStyle=1;overflow=hidden;whiteSpace=wrap;html=1;" value="PK" vertex="1">
          <mxGeometry height="30" width="30" as="geometry">
            <mxRectangle height="30" width="30" as="alternateBounds" />
          </mxGeometry>
        </mxCell>
        <mxCell id="_aFEqdqrtZZ4XcOSwvDG-4" parent="_aFEqdqrtZZ4XcOSwvDG-2" style="shape=partialRectangle;connectable=0;fillColor=none;top=0;left=0;bottom=0;right=0;align=left;spacingLeft=6;fontStyle=5;overflow=hidden;whiteSpace=wrap;html=1;" value="UniqueID" vertex="1">
          <mxGeometry height="30" width="150" x="30" as="geometry">
            <mxRectangle height="30" width="150" as="alternateBounds" />
          </mxGeometry>
        </mxCell>
        <mxCell id="_aFEqdqrtZZ4XcOSwvDG-5" parent="_aFEqdqrtZZ4XcOSwvDG-1" style="shape=tableRow;horizontal=0;startSize=0;swimlaneHead=0;swimlaneBody=0;fillColor=none;collapsible=0;dropTarget=0;points=[[0,0.5],[1,0.5]];portConstraint=eastwest;top=0;left=0;right=0;bottom=0;" value="" vertex="1">
          <mxGeometry height="30" width="180" y="60" as="geometry" />
        </mxCell>
        <mxCell id="_aFEqdqrtZZ4XcOSwvDG-6" parent="_aFEqdqrtZZ4XcOSwvDG-5" style="shape=partialRectangle;connectable=0;fillColor=none;top=0;left=0;bottom=0;right=0;editable=1;overflow=hidden;whiteSpace=wrap;html=1;" value="" vertex="1">
          <mxGeometry height="30" width="30" as="geometry">
            <mxRectangle height="30" width="30" as="alternateBounds" />
          </mxGeometry>
        </mxCell>
        <mxCell id="_aFEqdqrtZZ4XcOSwvDG-7" parent="_aFEqdqrtZZ4XcOSwvDG-5" style="shape=partialRectangle;connectable=0;fillColor=none;top=0;left=0;bottom=0;right=0;align=left;spacingLeft=6;overflow=hidden;whiteSpace=wrap;html=1;" value="Row 1" vertex="1">
          <mxGeometry height="30" width="150" x="30" as="geometry">
            <mxRectangle height="30" width="150" as="alternateBounds" />
          </mxGeometry>
        </mxCell>
        <mxCell id="_aFEqdqrtZZ4XcOSwvDG-8" parent="_aFEqdqrtZZ4XcOSwvDG-1" style="shape=tableRow;horizontal=0;startSize=0;swimlaneHead=0;swimlaneBody=0;fillColor=none;collapsible=0;dropTarget=0;points=[[0,0.5],[1,0.5]];portConstraint=eastwest;top=0;left=0;right=0;bottom=0;" value="" vertex="1">
          <mxGeometry height="30" width="180" y="90" as="geometry" />
        </mxCell>
        <mxCell id="_aFEqdqrtZZ4XcOSwvDG-9" parent="_aFEqdqrtZZ4XcOSwvDG-8" style="shape=partialRectangle;connectable=0;fillColor=none;top=0;left=0;bottom=0;right=0;editable=1;overflow=hidden;whiteSpace=wrap;html=1;" value="" vertex="1">
          <mxGeometry height="30" width="30" as="geometry">
            <mxRectangle height="30" width="30" as="alternateBounds" />
          </mxGeometry>
        </mxCell>
        <mxCell id="_aFEqdqrtZZ4XcOSwvDG-10" parent="_aFEqdqrtZZ4XcOSwvDG-8" style="shape=partialRectangle;connectable=0;fillColor=none;top=0;left=0;bottom=0;right=0;align=left;spacingLeft=6;overflow=hidden;whiteSpace=wrap;html=1;" value="Row 2" vertex="1">
          <mxGeometry height="30" width="150" x="30" as="geometry">
            <mxRectangle height="30" width="150" as="alternateBounds" />
          </mxGeometry>
        </mxCell>
        <mxCell id="_aFEqdqrtZZ4XcOSwvDG-11" parent="_aFEqdqrtZZ4XcOSwvDG-1" style="shape=tableRow;horizontal=0;startSize=0;swimlaneHead=0;swimlaneBody=0;fillColor=none;collapsible=0;dropTarget=0;points=[[0,0.5],[1,0.5]];portConstraint=eastwest;top=0;left=0;right=0;bottom=0;" value="" vertex="1">
          <mxGeometry height="30" width="180" y="120" as="geometry" />
        </mxCell>
        <mxCell id="_aFEqdqrtZZ4XcOSwvDG-12" parent="_aFEqdqrtZZ4XcOSwvDG-11" style="shape=partialRectangle;connectable=0;fillColor=none;top=0;left=0;bottom=0;right=0;editable=1;overflow=hidden;whiteSpace=wrap;html=1;" value="" vertex="1">
          <mxGeometry height="30" width="30" as="geometry">
            <mxRectangle height="30" width="30" as="alternateBounds" />
          </mxGeometry>
        </mxCell>
        <mxCell id="_aFEqdqrtZZ4XcOSwvDG-13" parent="_aFEqdqrtZZ4XcOSwvDG-11" style="shape=partialRectangle;connectable=0;fillColor=none;top=0;left=0;bottom=0;right=0;align=left;spacingLeft=6;overflow=hidden;whiteSpace=wrap;html=1;" value="" vertex="1">
          <mxGeometry height="30" width="150" x="30" as="geometry">
            <mxRectangle height="30" width="150" as="alternateBounds" />
          </mxGeometry>
        </mxCell>
-         <mxCell id="_aFEqdqrtZZ4XcOSwvDG-17" parent="1" style="shape=table;startSize=0;container=1;collapsible=1;childLayout=tableLayout;fixedRows=1;rowLines=0;fontStyle=0;align=center;resizeLast=1;strokeColor=default;fillColor=default;collapsible=0;swimlaneFillColor=default;" value="" vertex="1">
-           <mxGeometry height="60" width="180" x="530" y="830" as="geometry" />
-         </mxCell>
-         <mxCell id="_aFEqdqrtZZ4XcOSwvDG-25" parent="_aFEqdqrtZZ4XcOSwvDG-17" style="shape=tableRow;horizontal=0;startSize=0;swimlaneHead=0;swimlaneBody=0;fillColor=none;collapsible=0;dropTarget=0;points=[[0,0.5],[1,0.5]];portConstraint=eastwest;top=0;left=0;right=0;bottom=0;" value="" vertex="1">
+         <mxCell id="_aFEqdqrtZZ4XcOSwvDG-28" parent="1" style="shape=table;startSize=0;container=1;collapsible=1;childLayout=tableLayout;fixedRows=1;rowLines=0;fontStyle=0;align=center;resizeLast=1;strokeColor=default;fillColor=default;collapsible=0;whiteSpace=wrap;html=1;swimlaneFillColor=default;" value="" vertex="1">
+           <mxGeometry height="60" width="180" x="1330" y="820" as="geometry" />
+         </mxCell>
+         <mxCell id="_aFEqdqrtZZ4XcOSwvDG-29" parent="_aFEqdqrtZZ4XcOSwvDG-28" style="shape=tableRow;horizontal=0;startSize=0;swimlaneHead=0;swimlaneBody=0;fillColor=none;collapsible=0;dropTarget=0;points=[[0,0.5],[1,0.5]];portConstraint=eastwest;top=0;left=0;right=0;bottom=0;" value="" vertex="1">
          <mxGeometry height="30" width="180" as="geometry" />
        </mxCell>
-         <mxCell id="_aFEqdqrtZZ4XcOSwvDG-26" parent="_aFEqdqrtZZ4XcOSwvDG-25" style="shape=partialRectangle;connectable=0;fillColor=none;top=0;left=0;bottom=0;right=0;fontStyle=0;overflow=hidden;whiteSpace=wrap;html=1;" value="FK" vertex="1">
-           <mxGeometry height="30" width="30" as="geometry">
-             <mxRectangle height="30" width="30" as="alternateBounds" />
-           </mxGeometry>
-         </mxCell>
-         <mxCell id="_aFEqdqrtZZ4XcOSwvDG-27" parent="_aFEqdqrtZZ4XcOSwvDG-25" style="shape=partialRectangle;connectable=0;fillColor=none;top=0;left=0;bottom=0;right=0;align=left;spacingLeft=6;fontStyle=0;overflow=hidden;whiteSpace=wrap;html=1;" value="UniqueID" vertex="1">
-           <mxGeometry height="30" width="150" x="30" as="geometry">
-             <mxRectangle height="30" width="150" as="alternateBounds" />
-           </mxGeometry>
-         </mxCell>
-         <mxCell id="_aFEqdqrtZZ4XcOSwvDG-21" parent="_aFEqdqrtZZ4XcOSwvDG-17" style="shape=tableRow;horizontal=0;startSize=0;swimlaneHead=0;swimlaneBody=0;fillColor=default;collapsible=0;dropTarget=0;points=[[0,0.5,0,0,0],[1,0.5,0,0,0]];portConstraint=eastwest;top=0;left=0;right=0;bottom=1;swimlaneFillColor=default;" value="" vertex="1">
+         <mxCell id="_aFEqdqrtZZ4XcOSwvDG-30" parent="_aFEqdqrtZZ4XcOSwvDG-29" style="shape=partialRectangle;connectable=0;fillColor=none;top=0;left=0;bottom=0;right=0;editable=1;overflow=hidden;" value="" vertex="1">
+           <mxGeometry height="30" width="30" as="geometry">
+             <mxRectangle height="30" width="30" as="alternateBounds" />
+           </mxGeometry>
+         </mxCell>
+         <mxCell id="_aFEqdqrtZZ4XcOSwvDG-31" parent="_aFEqdqrtZZ4XcOSwvDG-29" style="shape=partialRectangle;connectable=0;fillColor=none;top=0;left=0;bottom=0;right=0;align=left;spacingLeft=6;overflow=hidden;" value="Row" vertex="1">
+           <mxGeometry height="30" width="150" x="30" as="geometry">
+             <mxRectangle height="30" width="150" as="alternateBounds" />
+           </mxGeometry>
+         </mxCell>
+         <mxCell id="_aFEqdqrtZZ4XcOSwvDG-32" parent="_aFEqdqrtZZ4XcOSwvDG-28" style="shape=tableRow;horizontal=0;startSize=0;swimlaneHead=0;swimlaneBody=0;fillColor=none;collapsible=0;dropTarget=0;points=[[0,0.5],[1,0.5]];portConstraint=eastwest;top=0;left=0;right=0;bottom=0;" value="" vertex="1">
          <mxGeometry height="30" width="180" y="30" as="geometry" />
        </mxCell>
-         <mxCell id="_aFEqdqrtZZ4XcOSwvDG-22" parent="_aFEqdqrtZZ4XcOSwvDG-21" style="shape=partialRectangle;connectable=0;fillColor=none;top=0;left=0;bottom=0;right=0;fontStyle=1;overflow=hidden;whiteSpace=wrap;html=1;" value="" vertex="1">
-           <mxGeometry height="30" width="30" as="geometry">
-             <mxRectangle height="30" width="30" as="alternateBounds" />
-           </mxGeometry>
-         </mxCell>
-         <mxCell id="_aFEqdqrtZZ4XcOSwvDG-23" parent="_aFEqdqrtZZ4XcOSwvDG-21" style="shape=partialRectangle;connectable=0;fillColor=none;top=0;left=0;bottom=0;right=0;align=left;spacingLeft=6;fontStyle=5;overflow=hidden;whiteSpace=wrap;html=1;" value="" vertex="1">
+         <mxCell id="_aFEqdqrtZZ4XcOSwvDG-33" parent="_aFEqdqrtZZ4XcOSwvDG-32" style="shape=partialRectangle;connectable=0;fillColor=none;top=0;left=0;bottom=0;right=0;editable=1;overflow=hidden;" value="" vertex="1">
+           <mxGeometry height="30" width="30" as="geometry">
+             <mxRectangle height="30" width="30" as="alternateBounds" />
+           </mxGeometry>
+         </mxCell>
+         <mxCell id="_aFEqdqrtZZ4XcOSwvDG-34" parent="_aFEqdqrtZZ4XcOSwvDG-32" style="shape=partialRectangle;connectable=0;fillColor=none;top=0;left=0;bottom=0;right=0;align=left;spacingLeft=6;overflow=hidden;" value="Row" vertex="1">
+           <mxGeometry height="30" width="150" x="30" as="geometry">
+             <mxRectangle height="30" width="150" as="alternateBounds" />
+           </mxGeometry>
+         </mxCell>
+         <mxCell id="_aFEqdqrtZZ4XcOSwvDG-35" parent="1" style="swimlane;fontStyle=0;childLayout=stackLayout;horizontal=1;startSize=26;horizontalStack=0;resizeParent=1;resizeParentMax=0;resizeLast=0;collapsible=1;marginBottom=0;align=center;fontSize=14;" value="List" vertex="1">
+           <mxGeometry height="116" width="160" x="1360" y="660" as="geometry" />
+         </mxCell>
+         <mxCell id="_aFEqdqrtZZ4XcOSwvDG-36" parent="_aFEqdqrtZZ4XcOSwvDG-35" style="text;strokeColor=none;fillColor=none;spacingLeft=4;spacingRight=4;overflow=hidden;rotatable=0;points=[[0,0.5],[1,0.5]];portConstraint=eastwest;fontSize=12;whiteSpace=wrap;html=1;" value="Item 1" vertex="1">
+           <mxGeometry height="30" width="160" y="26" as="geometry" />
+         </mxCell>
+         <mxCell id="_aFEqdqrtZZ4XcOSwvDG-37" parent="_aFEqdqrtZZ4XcOSwvDG-35" style="text;strokeColor=none;fillColor=none;spacingLeft=4;spacingRight=4;overflow=hidden;rotatable=0;points=[[0,0.5],[1,0.5]];portConstraint=eastwest;fontSize=12;whiteSpace=wrap;html=1;" value="Item 2" vertex="1">
+           <mxGeometry height="30" width="160" y="56" as="geometry" />
+         </mxCell>
+         <mxCell id="_aFEqdqrtZZ4XcOSwvDG-38" parent="_aFEqdqrtZZ4XcOSwvDG-35" style="text;strokeColor=none;fillColor=none;spacingLeft=4;spacingRight=4;overflow=hidden;rotatable=0;points=[[0,0.5],[1,0.5]];portConstraint=eastwest;fontSize=12;whiteSpace=wrap;html=1;" value="Item 3" vertex="1">
+           <mxGeometry height="30" width="160" y="86" as="geometry" />
+         </mxCell>
+         <mxCell id="_aFEqdqrtZZ4XcOSwvDG-44" parent="1" style="shape=table;startSize=30;container=1;collapsible=1;childLayout=tableLayout;fixedRows=1;rowLines=0;fontStyle=1;align=center;resizeLast=1;html=1;" value="Table" vertex="1">
+           <mxGeometry height="150" width="180" x="1095" y="870" as="geometry" />
+         </mxCell>
+         <mxCell id="_aFEqdqrtZZ4XcOSwvDG-45" parent="_aFEqdqrtZZ4XcOSwvDG-44" style="shape=tableRow;horizontal=0;startSize=0;swimlaneHead=0;swimlaneBody=0;fillColor=none;collapsible=0;dropTarget=0;points=[[0,0.5],[1,0.5]];portConstraint=eastwest;top=0;left=0;right=0;bottom=1;" value="" vertex="1">
+           <mxGeometry height="30" width="180" y="30" as="geometry" />
+         </mxCell>
+         <mxCell id="_aFEqdqrtZZ4XcOSwvDG-46" parent="_aFEqdqrtZZ4XcOSwvDG-45" style="shape=partialRectangle;connectable=0;fillColor=none;top=0;left=0;bottom=0;right=0;fontStyle=1;overflow=hidden;whiteSpace=wrap;html=1;" value="PK" vertex="1">
+           <mxGeometry height="30" width="30" as="geometry">
+             <mxRectangle height="30" width="30" as="alternateBounds" />
+           </mxGeometry>
+         </mxCell>
+         <mxCell id="_aFEqdqrtZZ4XcOSwvDG-47" parent="_aFEqdqrtZZ4XcOSwvDG-45" style="shape=partialRectangle;connectable=0;fillColor=none;top=0;left=0;bottom=0;right=0;align=left;spacingLeft=6;fontStyle=5;overflow=hidden;whiteSpace=wrap;html=1;" value="UniqueID" vertex="1">
+           <mxGeometry height="30" width="150" x="30" as="geometry">
+             <mxRectangle height="30" width="150" as="alternateBounds" />
+           </mxGeometry>
+         </mxCell>
+         <mxCell id="_aFEqdqrtZZ4XcOSwvDG-48" parent="_aFEqdqrtZZ4XcOSwvDG-44" style="shape=tableRow;horizontal=0;startSize=0;swimlaneHead=0;swimlaneBody=0;fillColor=none;collapsible=0;dropTarget=0;points=[[0,0.5],[1,0.5]];portConstraint=eastwest;top=0;left=0;right=0;bottom=0;" value="" vertex="1">
+           <mxGeometry height="30" width="180" y="60" as="geometry" />
+         </mxCell>
+         <mxCell id="_aFEqdqrtZZ4XcOSwvDG-49" parent="_aFEqdqrtZZ4XcOSwvDG-48" style="shape=partialRectangle;connectable=0;fillColor=none;top=0;left=0;bottom=0;right=0;editable=1;overflow=hidden;whiteSpace=wrap;html=1;" value="" vertex="1">
+           <mxGeometry height="30" width="30" as="geometry">
+             <mxRectangle height="30" width="30" as="alternateBounds" />
+           </mxGeometry>
+         </mxCell>
+         <mxCell id="_aFEqdqrtZZ4XcOSwvDG-50" parent="_aFEqdqrtZZ4XcOSwvDG-48" style="shape=partialRectangle;connectable=0;fillColor=none;top=0;left=0;bottom=0;right=0;align=left;spacingLeft=6;overflow=hidden;whiteSpace=wrap;html=1;" value="Row 1" vertex="1">
+           <mxGeometry height="30" width="150" x="30" as="geometry">
+             <mxRectangle height="30" width="150" as="alternateBounds" />
+           </mxGeometry>
+         </mxCell>
+         <mxCell id="_aFEqdqrtZZ4XcOSwvDG-51" parent="_aFEqdqrtZZ4XcOSwvDG-44" style="shape=tableRow;horizontal=0;startSize=0;swimlaneHead=0;swimlaneBody=0;fillColor=none;collapsible=0;dropTarget=0;points=[[0,0.5],[1,0.5]];portConstraint=eastwest;top=0;left=0;right=0;bottom=0;" value="" vertex="1">
+           <mxGeometry height="30" width="180" y="90" as="geometry" />
+         </mxCell>
+         <mxCell id="_aFEqdqrtZZ4XcOSwvDG-52" parent="_aFEqdqrtZZ4XcOSwvDG-51" style="shape=partialRectangle;connectable=0;fillColor=none;top=0;left=0;bottom=0;right=0;editable=1;overflow=hidden;whiteSpace=wrap;html=1;" value="" vertex="1">
+           <mxGeometry height="30" width="30" as="geometry">
+             <mxRectangle height="30" width="30" as="alternateBounds" />
+           </mxGeometry>
+         </mxCell>
+         <mxCell id="_aFEqdqrtZZ4XcOSwvDG-53" parent="_aFEqdqrtZZ4XcOSwvDG-51" style="shape=partialRectangle;connectable=0;fillColor=none;top=0;left=0;bottom=0;right=0;align=left;spacingLeft=6;overflow=hidden;whiteSpace=wrap;html=1;" value="Row 2" vertex="1">
+           <mxGeometry height="30" width="150" x="30" as="geometry">
+             <mxRectangle height="30" width="150" as="alternateBounds" />
+           </mxGeometry>
+         </mxCell>
+         <mxCell id="_aFEqdqrtZZ4XcOSwvDG-54" parent="_aFEqdqrtZZ4XcOSwvDG-44" style="shape=tableRow;horizontal=0;startSize=0;swimlaneHead=0;swimlaneBody=0;fillColor=none;collapsible=0;dropTarget=0;points=[[0,0.5],[1,0.5]];portConstraint=eastwest;top=0;left=0;right=0;bottom=0;" value="" vertex="1">
+           <mxGeometry height="30" width="180" y="120" as="geometry" />
+         </mxCell>
+         <mxCell id="_aFEqdqrtZZ4XcOSwvDG-55" parent="_aFEqdqrtZZ4XcOSwvDG-54" style="shape=partialRectangle;connectable=0;fillColor=none;top=0;left=0;bottom=0;right=0;editable=1;overflow=hidden;whiteSpace=wrap;html=1;" value="" vertex="1">
+           <mxGeometry height="30" width="30" as="geometry">
+             <mxRectangle height="30" width="30" as="alternateBounds" />
+           </mxGeometry>
+         </mxCell>
+         <mxCell id="_aFEqdqrtZZ4XcOSwvDG-56" parent="_aFEqdqrtZZ4XcOSwvDG-54" style="shape=partialRectangle;connectable=0;fillColor=none;top=0;left=0;bottom=0;right=0;align=left;spacingLeft=6;overflow=hidden;whiteSpace=wrap;html=1;" value="Row 3" vertex="1">
          <mxGeometry height="30" width="150" x="30" as="geometry">
            <mxRectangle height="30" width="150" as="alternateBounds" />
          </mxGeometry>
        </mxCell>
      </root>
    </mxGraphModel>
  </diagram>
</mxfile>
